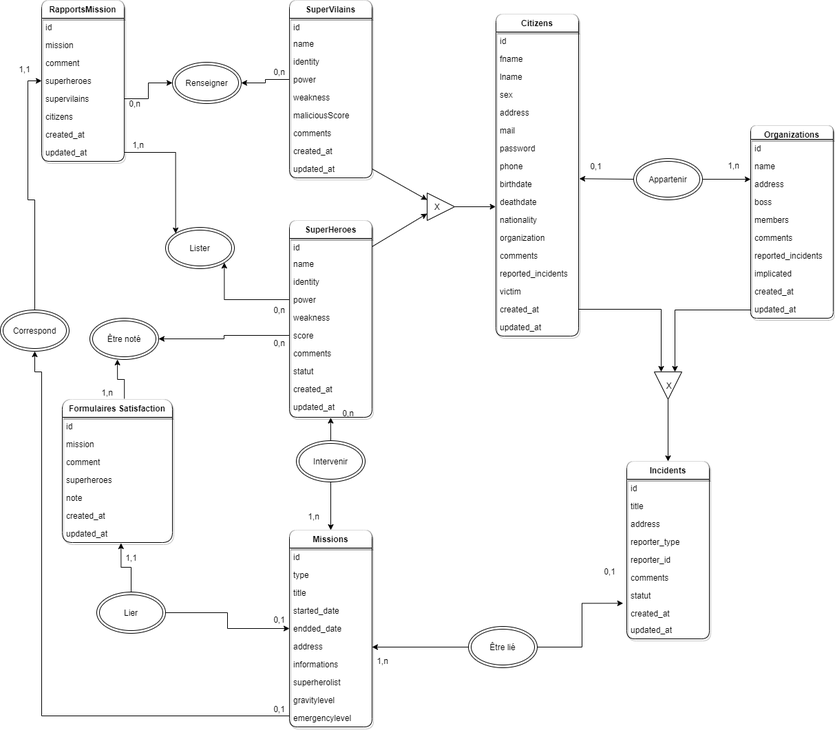
floriaaan/java-bootcamp keeps this draw.io diagram as documentation/mcd/mcd.png. Above is the earlier version. Source tidied: cells renumbered, new cells last; positions are measured from the earlier drawing's top-left corner, leaving out a move shared by most shapes.
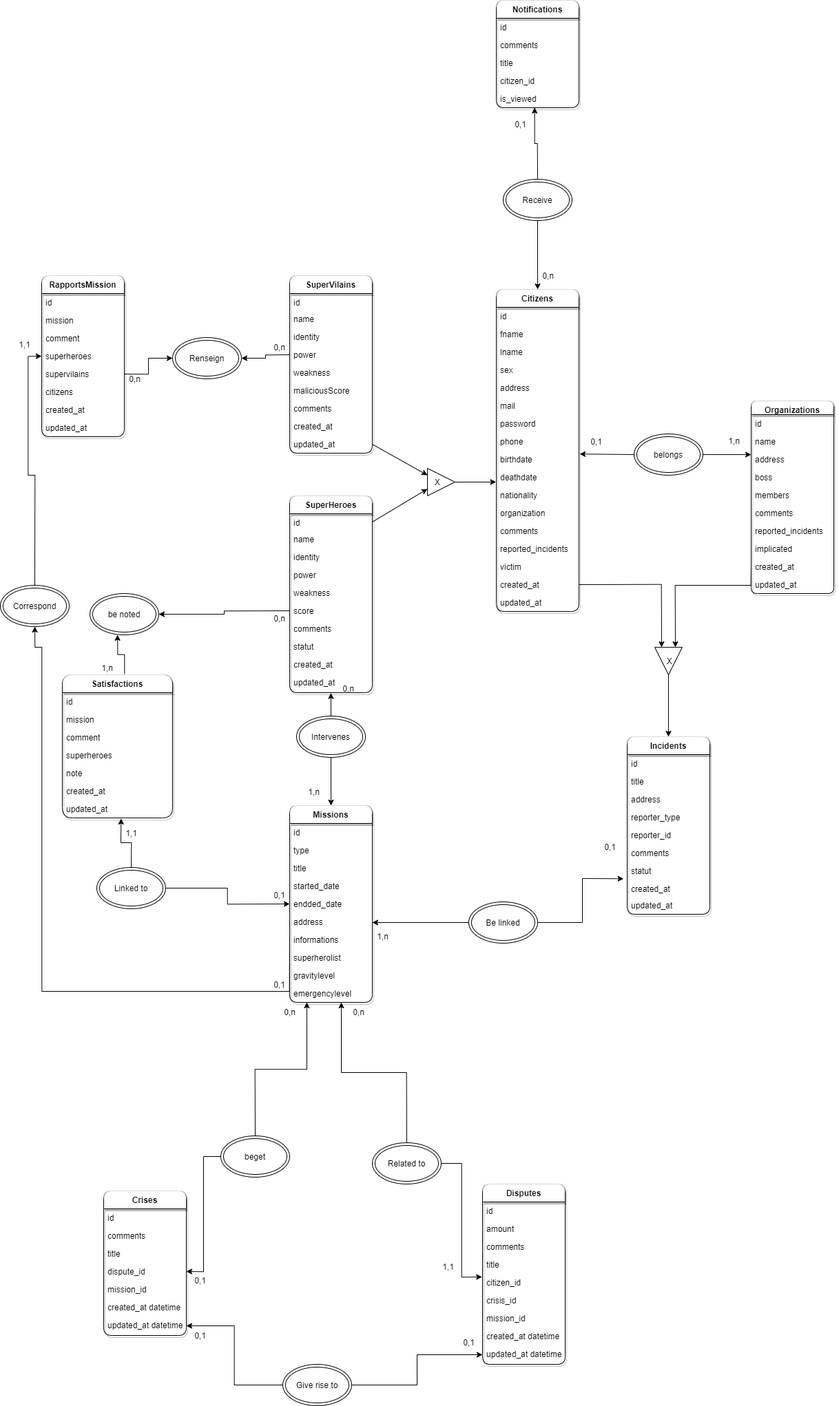
Later version of the same file.

The edit, as a diff of the source:
```diff
@@ -200,7 +200,7 @@
     <mxCell id="67" style="edgeStyle=none;rounded=0;jettySize=auto;html=1;exitX=1;exitY=0.5;exitDx=0;exitDy=0;entryX=0;entryY=0.233;entryDx=0;entryDy=0;entryPerimeter=0;" parent="1" edge="1" source="68" target="23">
       <mxGeometry relative="1" as="geometry" />
     </mxCell>
-    <mxCell id="68" value="Appartenir" style="ellipse;shape=doubleEllipse;whiteSpace=wrap;html=1;" parent="1" vertex="1">
+    <mxCell id="68" value="belongs" style="ellipse;shape=doubleEllipse;whiteSpace=wrap;html=1;" parent="1" vertex="1">
       <mxGeometry x="920" y="230" width="100" height="60" as="geometry" />
     </mxCell>
     <mxCell id="69" value="0,1" style="text;html=1;align=center;verticalAlign=middle;" parent="1" vertex="1">
@@ -254,7 +254,7 @@
     <mxCell id="85" style="edgeStyle=none;rounded=0;jettySize=auto;html=1;exitX=0.5;exitY=0;exitDx=0;exitDy=0;entryX=0.499;entryY=1.018;entryDx=0;entryDy=0;entryPerimeter=0;" parent="1" edge="1" source="86" target="41">
       <mxGeometry relative="1" as="geometry" />
     </mxCell>
-    <mxCell id="86" value="Intervenir" style="ellipse;shape=doubleEllipse;whiteSpace=wrap;html=1;" parent="1" vertex="1">
+    <mxCell id="86" value="Intervenes" style="ellipse;shape=doubleEllipse;whiteSpace=wrap;html=1;" parent="1" vertex="1">
       <mxGeometry x="430" y="640" width="100" height="60" as="geometry" />
     </mxCell>
     <mxCell id="87" value="1,n" style="text;html=1;align=center;verticalAlign=middle;" parent="1" vertex="1">
@@ -274,7 +274,7 @@
         </Array>
       </mxGeometry>
     </mxCell>
-    <mxCell id="91" value="Être lié" style="ellipse;shape=doubleEllipse;whiteSpace=wrap;html=1;" parent="1" vertex="1">
+    <mxCell id="91" value="Be linked" style="ellipse;shape=doubleEllipse;whiteSpace=wrap;html=1;" parent="1" vertex="1">
       <mxGeometry x="680" y="910" width="100" height="60" as="geometry" />
     </mxCell>
     <mxCell id="92" style="edgeStyle=orthogonalEdgeStyle;rounded=0;jettySize=auto;html=1;exitX=1;exitY=0.5;exitDx=0;exitDy=0;entryX=0;entryY=0.75;entryDx=0;entryDy=0;" parent="1" edge="1" source="18" target="83">
@@ -321,7 +321,7 @@
     <mxCell id="104" value="updated_at" style="text;strokeColor=none;fillColor=none;align=left;verticalAlign=top;spacingLeft=4;spacingRight=4;overflow=hidden;points=[[0,0.5],[1,0.5]];portConstraint=eastwest;" parent="96" vertex="1">
       <mxGeometry y="208" width="120" height="26" as="geometry" />
     </mxCell>
-    <mxCell id="105" value="Renseigner" style="ellipse;shape=doubleEllipse;whiteSpace=wrap;html=1;" parent="1" vertex="1">
+    <mxCell id="105" value="Renseign" style="ellipse;shape=doubleEllipse;whiteSpace=wrap;html=1;" parent="1" vertex="1">
       <mxGeometry x="250" y="90" width="100" height="60" as="geometry" />
     </mxCell>
     <mxCell id="106" style="edgeStyle=orthogonalEdgeStyle;rounded=0;jettySize=auto;html=1;exitX=0;exitY=0.5;exitDx=0;exitDy=0;entryX=1;entryY=0.5;entryDx=0;entryDy=0;" parent="1" edge="1" source="46" target="105">
@@ -357,28 +357,13 @@
     <mxCell id="114" value="0,1" style="text;html=1;align=center;verticalAlign=middle;" parent="1" vertex="1">
       <mxGeometry x="390" y="1020" width="30" height="20" as="geometry" />
     </mxCell>
-    <mxCell id="115" value="Lister" style="ellipse;shape=doubleEllipse;whiteSpace=wrap;html=1;" parent="1" vertex="1">
-      <mxGeometry x="240" y="330" width="100" height="60" as="geometry" />
-    </mxCell>
-    <mxCell id="116" style="edgeStyle=orthogonalEdgeStyle;rounded=0;jettySize=auto;html=1;exitX=1;exitY=0.5;exitDx=0;exitDy=0;entryX=0;entryY=0;entryDx=0;entryDy=0;" parent="1" edge="1" source="104" target="115">
-      <mxGeometry relative="1" as="geometry" />
-    </mxCell>
-    <mxCell id="117" value="1,n" style="text;html=1;align=center;verticalAlign=middle;" parent="1" vertex="1">
-      <mxGeometry x="185" y="200" width="30" height="20" as="geometry" />
-    </mxCell>
-    <mxCell id="118" value="0,n" style="text;html=1;align=center;verticalAlign=middle;" parent="1" vertex="1">
-      <mxGeometry x="390" y="440" width="30" height="20" as="geometry" />
-    </mxCell>
-    <mxCell id="119" style="edgeStyle=orthogonalEdgeStyle;rounded=0;jettySize=auto;html=1;exitX=0;exitY=0.5;exitDx=0;exitDy=0;entryX=1;entryY=1;entryDx=0;entryDy=0;" parent="1" edge="1" source="35" target="115">
-      <mxGeometry relative="1" as="geometry" />
-    </mxCell>
     <mxCell id="120" style="edgeStyle=orthogonalEdgeStyle;rounded=0;orthogonalLoop=1;jettySize=auto;html=1;exitX=0.5;exitY=0;exitDx=0;exitDy=0;entryX=0.5;entryY=1;entryDx=0;entryDy=0;" parent="1" edge="1">
       <mxGeometry relative="1" as="geometry">
         <mxPoint x="160.1" y="579.9" as="sourcePoint" />
         <mxPoint x="170.1" y="521.9" as="targetPoint" />
       </mxGeometry>
     </mxCell>
-    <mxCell id="121" value="Formulaires Satisfaction" style="swimlane;fontStyle=1;horizontal=1;startSize=26;swimlaneLine=1;rounded=1;shadow=1;sketch=0;glass=1;verticalAlign=top;arcSize=19;" parent="1" vertex="1">
+    <mxCell id="121" value="Satisfactions" style="swimlane;fontStyle=1;horizontal=1;startSize=26;swimlaneLine=1;rounded=1;shadow=1;sketch=0;glass=1;verticalAlign=top;arcSize=19;" parent="1" vertex="1">
       <mxGeometry x="90" y="580" width="160" height="208" as="geometry" />
     </mxCell>
     <mxCell id="122" value="id" style="text;strokeColor=none;fillColor=none;align=left;verticalAlign=top;spacingLeft=4;spacingRight=4;overflow=hidden;" parent="121" vertex="1">
@@ -408,10 +393,10 @@
     <mxCell id="130" style="edgeStyle=orthogonalEdgeStyle;rounded=0;jettySize=auto;html=1;exitX=1;exitY=0.5;exitDx=0;exitDy=0;entryX=0;entryY=0.5;entryDx=0;entryDy=0;" parent="1" edge="1" source="131" target="76">
       <mxGeometry relative="1" as="geometry" />
     </mxCell>
-    <mxCell id="131" value="Lier" style="ellipse;shape=doubleEllipse;whiteSpace=wrap;html=1;" parent="1" vertex="1">
+    <mxCell id="131" value="Linked to" style="ellipse;shape=doubleEllipse;whiteSpace=wrap;html=1;" parent="1" vertex="1">
       <mxGeometry x="140" y="860" width="100" height="60" as="geometry" />
     </mxCell>
-    <mxCell id="132" value="Être noté" style="ellipse;shape=doubleEllipse;whiteSpace=wrap;html=1;" parent="1" vertex="1">
+    <mxCell id="132" value="be noted" style="ellipse;shape=doubleEllipse;whiteSpace=wrap;html=1;" parent="1" vertex="1">
       <mxGeometry x="130" y="462" width="100" height="60" as="geometry" />
     </mxCell>
     <mxCell id="133" style="edgeStyle=orthogonalEdgeStyle;rounded=0;jettySize=auto;html=1;exitX=0;exitY=0.5;exitDx=0;exitDy=0;entryX=1;entryY=0.5;entryDx=0;entryDy=0;" parent="1" edge="1" source="37" target="132">
@@ -429,5 +414,137 @@
     <mxCell id="137" value="1,n" style="text;html=1;align=center;verticalAlign=middle;" parent="1" vertex="1">
       <mxGeometry x="140" y="560" width="30" height="20" as="geometry" />
     </mxCell>
+    <mxCell id="138" value="Crises" style="swimlane;fontStyle=1;horizontal=1;startSize=26;swimlaneLine=1;rounded=1;shadow=1;sketch=0;glass=1;verticalAlign=top;" parent="1" vertex="1">
+      <mxGeometry x="150" y="1330" width="120" height="210" as="geometry" />
+    </mxCell>
+    <mxCell id="139" value="id" style="text;strokeColor=none;fillColor=none;align=left;verticalAlign=top;spacingLeft=4;spacingRight=4;overflow=hidden;" parent="138" vertex="1">
+      <mxGeometry y="26" width="120" height="26" as="geometry" />
+    </mxCell>
+    <mxCell id="140" value="comments" style="text;strokeColor=none;fillColor=none;align=left;verticalAlign=top;spacingLeft=4;spacingRight=4;overflow=hidden;" parent="138" vertex="1">
+      <mxGeometry y="52" width="120" height="26" as="geometry" />
+    </mxCell>
+    <mxCell id="141" value="title" style="text;strokeColor=none;fillColor=none;align=left;verticalAlign=top;spacingLeft=4;spacingRight=4;overflow=hidden;" parent="138" vertex="1">
+      <mxGeometry y="78" width="120" height="26" as="geometry" />
+    </mxCell>
+    <mxCell id="142" value="dispute_id" style="text;strokeColor=none;fillColor=none;align=left;verticalAlign=top;spacingLeft=4;spacingRight=4;overflow=hidden;points=[[0,0.5],[1,0.5]];portConstraint=eastwest;" parent="138" vertex="1">
+      <mxGeometry y="104" width="120" height="26" as="geometry" />
+    </mxCell>
+    <mxCell id="143" value="mission_id&#10;&#10;" style="text;strokeColor=none;fillColor=none;align=left;verticalAlign=top;spacingLeft=4;spacingRight=4;overflow=hidden;" parent="138" vertex="1">
+      <mxGeometry y="130" width="120" height="26" as="geometry" />
+    </mxCell>
+    <mxCell id="144" value="created_at datetime" style="text;strokeColor=none;fillColor=none;align=left;verticalAlign=top;spacingLeft=4;spacingRight=4;overflow=hidden;" parent="138" vertex="1">
+      <mxGeometry y="156" width="120" height="26" as="geometry" />
+    </mxCell>
+    <mxCell id="145" value="updated_at datetime" style="text;strokeColor=none;fillColor=none;align=left;verticalAlign=top;spacingLeft=4;spacingRight=4;overflow=hidden;points=[[0,0.5],[1,0.5]];portConstraint=eastwest;" parent="138" vertex="1">
+      <mxGeometry y="182" width="120" height="28" as="geometry" />
+    </mxCell>
+    <mxCell id="146" value="Disputes" style="swimlane;fontStyle=1;horizontal=1;startSize=26;swimlaneLine=1;rounded=1;shadow=1;sketch=0;glass=1;verticalAlign=top;" parent="1" vertex="1">
+      <mxGeometry x="700" y="1320" width="120" height="262" as="geometry" />
+    </mxCell>
+    <mxCell id="147" value="id" style="text;strokeColor=none;fillColor=none;align=left;verticalAlign=top;spacingLeft=4;spacingRight=4;overflow=hidden;" parent="146" vertex="1">
+      <mxGeometry y="26" width="120" height="26" as="geometry" />
+    </mxCell>
+    <mxCell id="148" value="amount" style="text;strokeColor=none;fillColor=none;align=left;verticalAlign=top;spacingLeft=4;spacingRight=4;overflow=hidden;" parent="146" vertex="1">
+      <mxGeometry y="52" width="120" height="26" as="geometry" />
+    </mxCell>
+    <mxCell id="149" value="comments" style="text;strokeColor=none;fillColor=none;align=left;verticalAlign=top;spacingLeft=4;spacingRight=4;overflow=hidden;" parent="146" vertex="1">
+      <mxGeometry y="78" width="120" height="26" as="geometry" />
+    </mxCell>
+    <mxCell id="150" value="title" style="text;strokeColor=none;fillColor=none;align=left;verticalAlign=top;spacingLeft=4;spacingRight=4;overflow=hidden;points=[[0,0.5],[1,0.5]];portConstraint=eastwest;" parent="146" vertex="1">
+      <mxGeometry y="104" width="120" height="26" as="geometry" />
+    </mxCell>
+    <mxCell id="151" value="citizen_id" style="text;strokeColor=none;fillColor=none;align=left;verticalAlign=top;spacingLeft=4;spacingRight=4;overflow=hidden;" parent="146" vertex="1">
+      <mxGeometry y="130" width="120" height="26" as="geometry" />
+    </mxCell>
+    <mxCell id="152" value="crisis_id" style="text;strokeColor=none;fillColor=none;align=left;verticalAlign=top;spacingLeft=4;spacingRight=4;overflow=hidden;" parent="146" vertex="1">
+      <mxGeometry y="156" width="120" height="26" as="geometry" />
+    </mxCell>
+    <mxCell id="153" value="mission_id" style="text;strokeColor=none;fillColor=none;align=left;verticalAlign=top;spacingLeft=4;spacingRight=4;overflow=hidden;" parent="146" vertex="1">
+      <mxGeometry y="182" width="120" height="26" as="geometry" />
+    </mxCell>
+    <mxCell id="154" value="created_at datetime" style="text;strokeColor=none;fillColor=none;align=left;verticalAlign=top;spacingLeft=4;spacingRight=4;overflow=hidden;" parent="146" vertex="1">
+      <mxGeometry y="208" width="120" height="26" as="geometry" />
+    </mxCell>
+    <mxCell id="155" value="updated_at datetime" style="text;strokeColor=none;fillColor=none;align=left;verticalAlign=top;spacingLeft=4;spacingRight=4;overflow=hidden;points=[[0,0.5],[1,0.5]];portConstraint=eastwest;" parent="146" vertex="1">
+      <mxGeometry y="234" width="120" height="28" as="geometry" />
+    </mxCell>
+    <mxCell id="156" value="Notifications" style="swimlane;fontStyle=1;horizontal=1;startSize=26;swimlaneLine=1;rounded=1;shadow=1;sketch=0;glass=1;verticalAlign=top;" parent="1" vertex="1">
+      <mxGeometry x="720" y="-400" width="120" height="156" as="geometry" />
+    </mxCell>
+    <mxCell id="157" value="id" style="text;strokeColor=none;fillColor=none;align=left;verticalAlign=top;spacingLeft=4;spacingRight=4;overflow=hidden;" parent="156" vertex="1">
+      <mxGeometry y="26" width="120" height="26" as="geometry" />
+    </mxCell>
+    <mxCell id="158" value="comments" style="text;strokeColor=none;fillColor=none;align=left;verticalAlign=top;spacingLeft=4;spacingRight=4;overflow=hidden;" parent="156" vertex="1">
+      <mxGeometry y="52" width="120" height="26" as="geometry" />
+    </mxCell>
+    <mxCell id="159" value="title" style="text;strokeColor=none;fillColor=none;align=left;verticalAlign=top;spacingLeft=4;spacingRight=4;overflow=hidden;" parent="156" vertex="1">
+      <mxGeometry y="78" width="120" height="26" as="geometry" />
+    </mxCell>
+    <mxCell id="160" value="citizen_id" style="text;strokeColor=none;fillColor=none;align=left;verticalAlign=top;spacingLeft=4;spacingRight=4;overflow=hidden;" parent="156" vertex="1">
+      <mxGeometry y="104" width="120" height="26" as="geometry" />
+    </mxCell>
+    <mxCell id="161" value="is_viewed" style="text;strokeColor=none;fillColor=none;align=left;verticalAlign=top;spacingLeft=4;spacingRight=4;overflow=hidden;points=[[0,0.5],[1,0.5]];portConstraint=eastwest;" parent="156" vertex="1">
+      <mxGeometry y="130" width="120" height="26" as="geometry" />
+    </mxCell>
+    <mxCell id="162" style="edgeStyle=orthogonalEdgeStyle;rounded=0;jettySize=auto;html=1;exitX=0.5;exitY=0;exitDx=0;exitDy=0;entryX=0.464;entryY=0.993;entryDx=0;entryDy=0;entryPerimeter=0;" parent="1" edge="1" source="164" target="161">
+      <mxGeometry relative="1" as="geometry" />
+    </mxCell>
+    <mxCell id="163" style="edgeStyle=orthogonalEdgeStyle;rounded=0;jettySize=auto;html=1;exitX=0.5;exitY=1;exitDx=0;exitDy=0;entryX=0.5;entryY=0;entryDx=0;entryDy=0;" parent="1" edge="1" source="164" target="2">
+      <mxGeometry relative="1" as="geometry" />
+    </mxCell>
+    <mxCell id="164" value="Receive" style="ellipse;shape=doubleEllipse;whiteSpace=wrap;html=1;" parent="1" vertex="1">
+      <mxGeometry x="730" y="-140" width="100" height="60" as="geometry" />
+    </mxCell>
+    <mxCell id="165" value="0,1" style="text;html=1;align=center;verticalAlign=middle;" parent="1" vertex="1">
+      <mxGeometry x="740" y="-230" width="30" height="20" as="geometry" />
+    </mxCell>
+    <mxCell id="166" value="0,n" style="text;html=1;align=center;verticalAlign=middle;" parent="1" vertex="1">
+      <mxGeometry x="780" y="-10" width="30" height="20" as="geometry" />
+    </mxCell>
+    <mxCell id="167" style="edgeStyle=orthogonalEdgeStyle;rounded=0;jettySize=auto;html=1;exitX=0;exitY=0.5;exitDx=0;exitDy=0;entryX=1;entryY=0.5;entryDx=0;entryDy=0;" parent="1" edge="1" source="169" target="142">
+      <mxGeometry relative="1" as="geometry" />
+    </mxCell>
+    <mxCell id="168" style="edgeStyle=orthogonalEdgeStyle;rounded=0;jettySize=auto;html=1;exitX=0.5;exitY=0;exitDx=0;exitDy=0;entryX=0.208;entryY=1;entryDx=0;entryDy=0;entryPerimeter=0;" parent="1" edge="1" source="169" target="81">
+      <mxGeometry relative="1" as="geometry" />
+    </mxCell>
+    <mxCell id="169" value="beget" style="ellipse;shape=doubleEllipse;whiteSpace=wrap;html=1;" parent="1" vertex="1">
+      <mxGeometry x="320" y="1250" width="100" height="60" as="geometry" />
+    </mxCell>
+    <mxCell id="170" style="edgeStyle=orthogonalEdgeStyle;rounded=0;jettySize=auto;html=1;exitX=0.5;exitY=0;exitDx=0;exitDy=0;entryX=0.625;entryY=1;entryDx=0;entryDy=0;entryPerimeter=0;" parent="1" edge="1" source="172" target="81">
+      <mxGeometry relative="1" as="geometry" />
+    </mxCell>
+    <mxCell id="171" style="edgeStyle=orthogonalEdgeStyle;rounded=0;jettySize=auto;html=1;exitX=1;exitY=0.5;exitDx=0;exitDy=0;entryX=-0.006;entryY=1.192;entryDx=0;entryDy=0;entryPerimeter=0;" parent="1" edge="1" source="172" target="150">
+      <mxGeometry relative="1" as="geometry" />
+    </mxCell>
+    <mxCell id="172" value="Related to" style="ellipse;shape=doubleEllipse;whiteSpace=wrap;html=1;" parent="1" vertex="1">
+      <mxGeometry x="540" y="1260" width="100" height="60" as="geometry" />
+    </mxCell>
+    <mxCell id="173" style="edgeStyle=orthogonalEdgeStyle;rounded=0;jettySize=auto;html=1;exitX=0;exitY=0.5;exitDx=0;exitDy=0;" parent="1" edge="1" source="175" target="145">
+      <mxGeometry relative="1" as="geometry" />
+    </mxCell>
+    <mxCell id="174" style="edgeStyle=orthogonalEdgeStyle;rounded=0;jettySize=auto;html=1;exitX=1;exitY=0.5;exitDx=0;exitDy=0;entryX=0;entryY=0.5;entryDx=0;entryDy=0;" parent="1" edge="1" source="175" target="155">
+      <mxGeometry relative="1" as="geometry" />
+    </mxCell>
+    <mxCell id="175" value="Give rise to" style="ellipse;shape=doubleEllipse;whiteSpace=wrap;html=1;" parent="1" vertex="1">
+      <mxGeometry x="410" y="1582" width="100" height="60" as="geometry" />
+    </mxCell>
+    <mxCell id="176" value="0,n" style="text;html=1;align=center;verticalAlign=middle;" parent="1" vertex="1">
+      <mxGeometry x="405" y="1060" width="30" height="20" as="geometry" />
+    </mxCell>
+    <mxCell id="177" value="0,1" style="text;html=1;align=center;verticalAlign=middle;" parent="1" vertex="1">
+      <mxGeometry x="275" y="1450" width="30" height="20" as="geometry" />
+    </mxCell>
+    <mxCell id="178" value="0,n" style="text;html=1;align=center;verticalAlign=middle;" parent="1" vertex="1">
+      <mxGeometry x="505" y="1060" width="30" height="20" as="geometry" />
+    </mxCell>
+    <mxCell id="179" value="1,1" style="text;html=1;align=center;verticalAlign=middle;" parent="1" vertex="1">
+      <mxGeometry x="635" y="1430" width="30" height="20" as="geometry" />
+    </mxCell>
+    <mxCell id="180" value="0,1" style="text;html=1;align=center;verticalAlign=middle;" parent="1" vertex="1">
+      <mxGeometry x="275" y="1530" width="30" height="20" as="geometry" />
+    </mxCell>
+    <mxCell id="181" value="0,1" style="text;html=1;align=center;verticalAlign=middle;" parent="1" vertex="1">
+      <mxGeometry x="665" y="1540" width="30" height="20" as="geometry" />
+    </mxCell>
   </root>
 </mxGraphModel>
```
